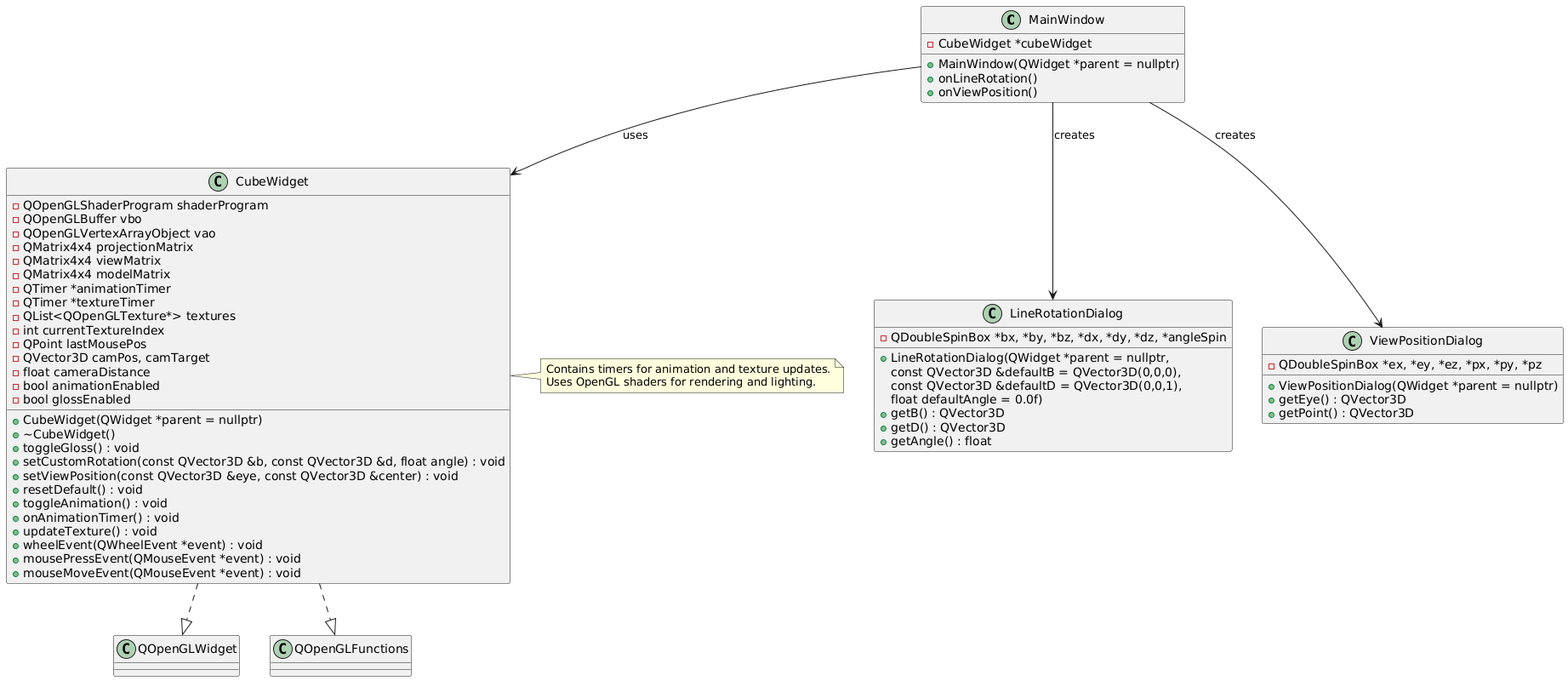
Before: Imgs_Doc/plantUML.png, a diagram exported from PlantUML (Varask/AssesementPartA). Source of this version:
```plantuml
@startuml
class MainWindow {
  - CubeWidget *cubeWidget
  + MainWindow(QWidget *parent = nullptr)
  + onLineRotation()
  + onViewPosition()
}

class CubeWidget {
  - QOpenGLShaderProgram shaderProgram
  - QOpenGLBuffer vbo
  - QOpenGLVertexArrayObject vao
  - QMatrix4x4 projectionMatrix
  - QMatrix4x4 viewMatrix
  - QMatrix4x4 modelMatrix
  - QTimer *animationTimer
  - QTimer *textureTimer
  - QList<QOpenGLTexture*> textures
  - int currentTextureIndex
  - QPoint lastMousePos
  - QVector3D camPos, camTarget
  - float cameraDistance
  - bool animationEnabled
  - bool glossEnabled
  + CubeWidget(QWidget *parent = nullptr)
  + ~CubeWidget()
  + toggleGloss() : void
  + setCustomRotation(const QVector3D &b, const QVector3D &d, float angle) : void
  + setViewPosition(const QVector3D &eye, const QVector3D &center) : void
  + resetDefault() : void
  + toggleAnimation() : void
  + onAnimationTimer() : void
  + updateTexture() : void
  + wheelEvent(QWheelEvent *event) : void
  + mousePressEvent(QMouseEvent *event) : void
  + mouseMoveEvent(QMouseEvent *event) : void
}

class LineRotationDialog {
  - QDoubleSpinBox *bx, *by, *bz, *dx, *dy, *dz, *angleSpin
  + LineRotationDialog(QWidget *parent = nullptr,
      const QVector3D &defaultB = QVector3D(0,0,0),
      const QVector3D &defaultD = QVector3D(0,0,1),
      float defaultAngle = 0.0f)
  + getB() : QVector3D
  + getD() : QVector3D
  + getAngle() : float
}

class ViewPositionDialog {
  - QDoubleSpinBox *ex, *ey, *ez, *px, *py, *pz
  + ViewPositionDialog(QWidget *parent = nullptr)
  + getEye() : QVector3D
  + getPoint() : QVector3D
}

CubeWidget ..|> QOpenGLWidget
CubeWidget ..|> QOpenGLFunctions

MainWindow --> CubeWidget : "uses"
MainWindow --> LineRotationDialog : "creates"
MainWindow --> ViewPositionDialog : "creates"

note right of CubeWidget
  Contains timers for animation and texture updates.
  Uses OpenGL shaders for rendering and lighting.
end note
@enduml
```
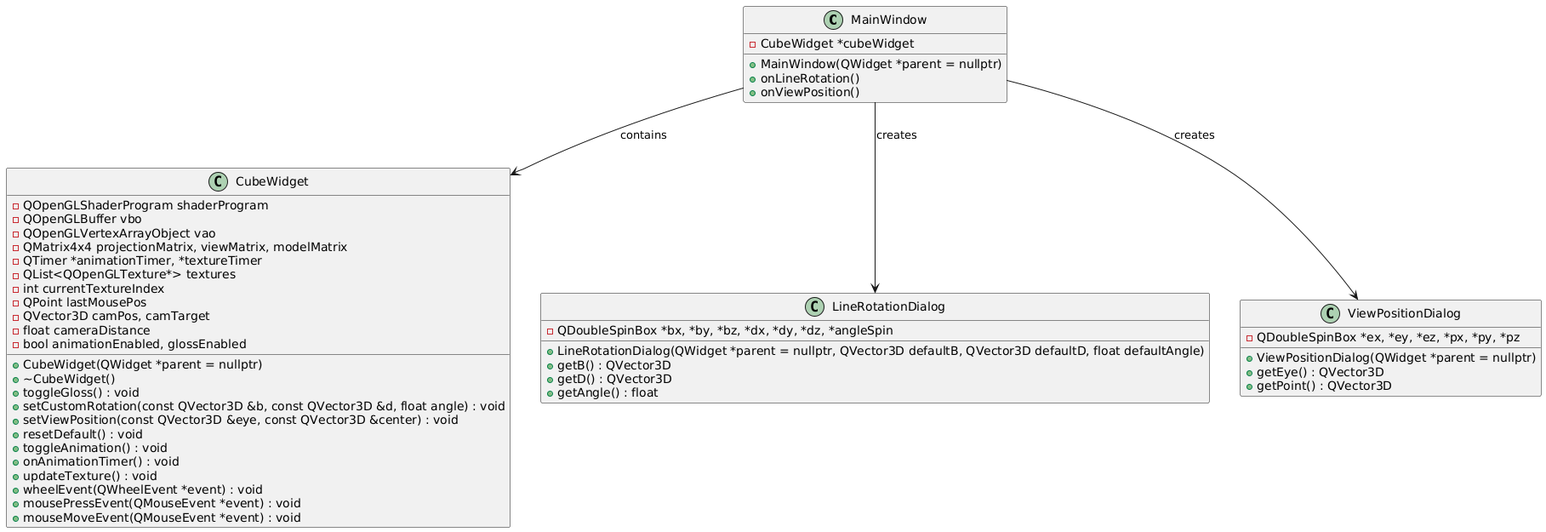
The same file after the commit.

Change to the diagram source:
```diff
@@ -1,68 +1,53 @@
 @startuml
 class MainWindow {
-  - CubeWidget *cubeWidget
-  + MainWindow(QWidget *parent = nullptr)
-  + onLineRotation()
-  + onViewPosition()
-}
+      - CubeWidget *cubeWidget
+      + MainWindow(QWidget *parent = nullptr)
+      + onLineRotation()
+      + onViewPosition()
+    }
 
-class CubeWidget {
-  - QOpenGLShaderProgram shaderProgram
-  - QOpenGLBuffer vbo
-  - QOpenGLVertexArrayObject vao
-  - QMatrix4x4 projectionMatrix
-  - QMatrix4x4 viewMatrix
-  - QMatrix4x4 modelMatrix
-  - QTimer *animationTimer
-  - QTimer *textureTimer
-  - QList<QOpenGLTexture*> textures
-  - int currentTextureIndex
-  - QPoint lastMousePos
-  - QVector3D camPos, camTarget
-  - float cameraDistance
-  - bool animationEnabled
-  - bool glossEnabled
-  + CubeWidget(QWidget *parent = nullptr)
-  + ~CubeWidget()
-  + toggleGloss() : void
-  + setCustomRotation(const QVector3D &b, const QVector3D &d, float angle) : void
-  + setViewPosition(const QVector3D &eye, const QVector3D &center) : void
-  + resetDefault() : void
-  + toggleAnimation() : void
-  + onAnimationTimer() : void
-  + updateTexture() : void
-  + wheelEvent(QWheelEvent *event) : void
-  + mousePressEvent(QMouseEvent *event) : void
-  + mouseMoveEvent(QMouseEvent *event) : void
-}
+    class CubeWidget {
+      - QOpenGLShaderProgram shaderProgram
+      - QOpenGLBuffer vbo
+      - QOpenGLVertexArrayObject vao
+      - QMatrix4x4 projectionMatrix, viewMatrix, modelMatrix
+      - QTimer *animationTimer, *textureTimer
+      - QList<QOpenGLTexture*> textures
+      - int currentTextureIndex
+      - QPoint lastMousePos
+      - QVector3D camPos, camTarget
+      - float cameraDistance
+      - bool animationEnabled, glossEnabled
+      + CubeWidget(QWidget *parent = nullptr)
+      + ~CubeWidget()
+      + toggleGloss() : void
+      + setCustomRotation(const QVector3D &b, const QVector3D &d, float angle) : void
+      + setViewPosition(const QVector3D &eye, const QVector3D &center) : void
+      + resetDefault() : void
+      + toggleAnimation() : void
+      + onAnimationTimer() : void
+      + updateTexture() : void
+      + wheelEvent(QWheelEvent *event) : void
+      + mousePressEvent(QMouseEvent *event) : void
+      + mouseMoveEvent(QMouseEvent *event) : void
+    }
 
-class LineRotationDialog {
-  - QDoubleSpinBox *bx, *by, *bz, *dx, *dy, *dz, *angleSpin
-  + LineRotationDialog(QWidget *parent = nullptr,
-      const QVector3D &defaultB = QVector3D(0,0,0),
-      const QVector3D &defaultD = QVector3D(0,0,1),
-      float defaultAngle = 0.0f)
-  + getB() : QVector3D
-  + getD() : QVector3D
-  + getAngle() : float
-}
+    class LineRotationDialog {
+      - QDoubleSpinBox *bx, *by, *bz, *dx, *dy, *dz, *angleSpin
+      + LineRotationDialog(QWidget *parent = nullptr, QVector3D defaultB, QVector3D defaultD, float defaultAngle)
+      + getB() : QVector3D
+      + getD() : QVector3D
+      + getAngle() : float
+    }
 
-class ViewPositionDialog {
-  - QDoubleSpinBox *ex, *ey, *ez, *px, *py, *pz
-  + ViewPositionDialog(QWidget *parent = nullptr)
-  + getEye() : QVector3D
-  + getPoint() : QVector3D
-}
+    class ViewPositionDialog {
+      - QDoubleSpinBox *ex, *ey, *ez, *px, *py, *pz
+      + ViewPositionDialog(QWidget *parent = nullptr)
+      + getEye() : QVector3D
+      + getPoint() : QVector3D
+    }
 
-CubeWidget ..|> QOpenGLWidget
-CubeWidget ..|> QOpenGLFunctions
-
-MainWindow --> CubeWidget : "uses"
-MainWindow --> LineRotationDialog : "creates"
-MainWindow --> ViewPositionDialog : "creates"
-
-note right of CubeWidget
-  Contains timers for animation and texture updates.
-  Uses OpenGL shaders for rendering and lighting.
-end note
+    MainWindow --> CubeWidget : "contains"
+    MainWindow --> LineRotationDialog : "creates"
+    MainWindow --> ViewPositionDialog : "creates"
 @enduml
```
